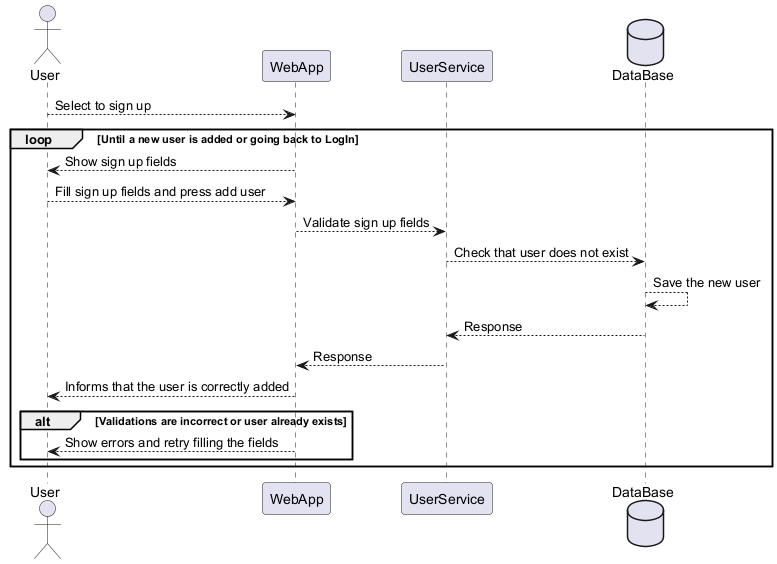
This is images/SignUp.png from Arquisoft/wichat_en3b, a PlantUML export, as it was before one commit.
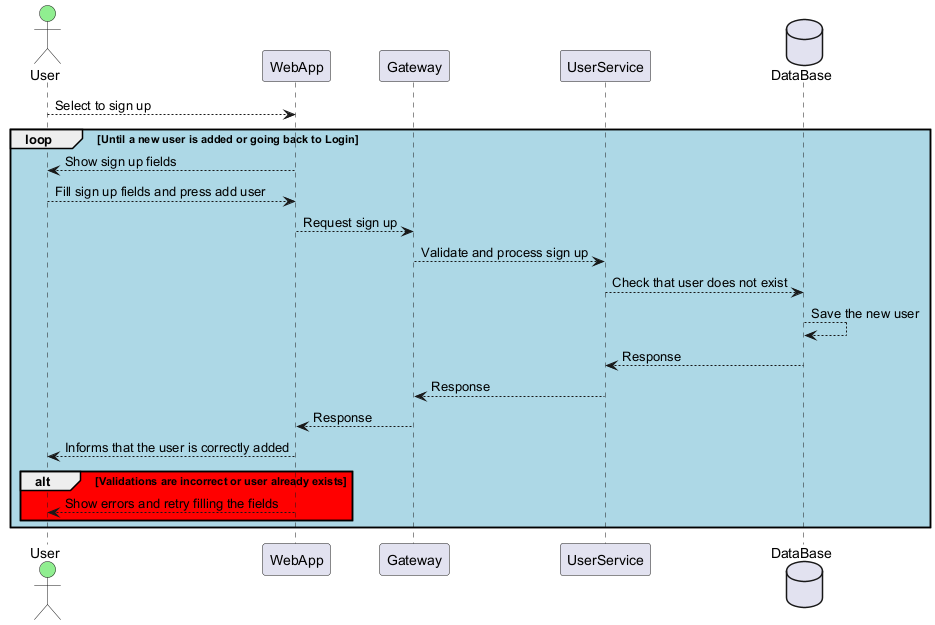
The same file after the commit.

Change to the diagram source:
```diff
@@ -1,27 +1,27 @@
 @startuml
-
-actor User
+actor User #lightgreen
 participant WebApp
+participant Gateway
 participant UserService
 database DataBase
 
 
 User --> WebApp: Select to sign up
 
-loop Until a new user is added or going back to LogIn
+loop #lightblue Until a new user is added or going back to Login
     WebApp --> User: Show sign up fields
     User --> WebApp: Fill sign up fields and press add user
-    WebApp --> UserService: Validate sign up fields
+    WebApp --> Gateway: Request sign up
+    Gateway --> UserService: Validate and process sign up
     UserService --> DataBase: Check that user does not exist
     DataBase --> DataBase: Save the new user
     DataBase --> UserService: Response
-    UserService --> WebApp: Response
+    UserService --> Gateway: Response
+    Gateway --> WebApp: Response
     WebApp --> User: Informs that the user is correctly added
 
-    alt Validations are incorrect or user already exists
+    alt #red Validations are incorrect or user already exists
         WebApp --> User: Show errors and retry filling the fields
     end
 end
-
-
 @enduml
```
